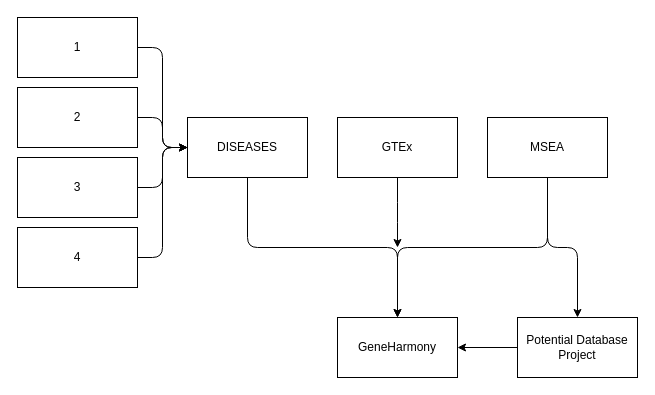
Before: GeneHarmony.drawio in mbeckm01/GeneHarmony, a draw.io diagram. Source tidied: cells renumbered, new cells numbered last; positions are measured from the earlier drawing's top-left corner, leaving out a move shared by most shapes. Both pictures are drawn from the tidied source at 100%, with x=0, y=0 at pixel (17, 17).
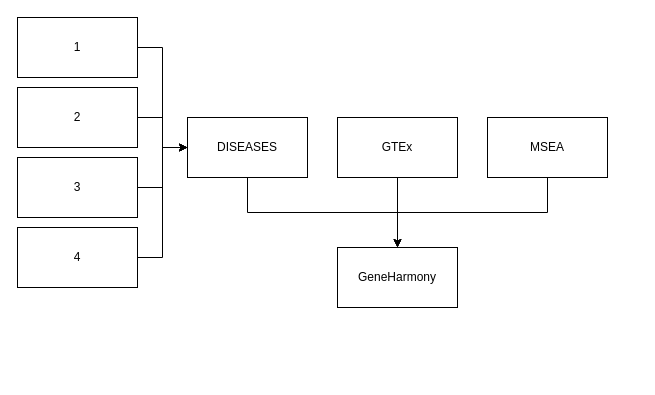
Above is the later version.

Unchanged cells that the change refers to:
```xml
<mxCell id="3" value="DISEASES" style="rounded=0;whiteSpace=wrap;html=1;" parent="1" vertex="1">
  <mxGeometry x="170" y="100" width="120" height="60" as="geometry" />
</mxCell>
<mxCell id="5" value="GTEx" style="rounded=0;whiteSpace=wrap;html=1;" parent="1" vertex="1">
  <mxGeometry x="320" y="100" width="120" height="60" as="geometry" />
</mxCell>
<mxCell id="7" value="1" style="rounded=0;whiteSpace=wrap;html=1;" parent="1" vertex="1">
  <mxGeometry width="120" height="60" as="geometry" />
</mxCell>
<mxCell id="9" value="2" style="rounded=0;whiteSpace=wrap;html=1;" parent="1" vertex="1">
  <mxGeometry y="70" width="120" height="60" as="geometry" />
</mxCell>
<mxCell id="11" value="3" style="rounded=0;whiteSpace=wrap;html=1;" parent="1" vertex="1">
  <mxGeometry y="140" width="120" height="60" as="geometry" />
</mxCell>
<mxCell id="13" value="4" style="rounded=0;whiteSpace=wrap;html=1;" parent="1" vertex="1">
  <mxGeometry y="210" width="120" height="60" as="geometry" />
</mxCell>
<mxCell id="17" value="MSEA" style="rounded=0;whiteSpace=wrap;html=1;" parent="1" vertex="1">
  <mxGeometry x="470" y="100" width="120" height="60" as="geometry" />
</mxCell>
```

Change to the diagram source:
```diff
@@
-    <mxCell id="2" style="edgeStyle=orthogonalEdgeStyle;jettySize=auto;html=1;exitX=0.5;exitY=1;exitDx=0;exitDy=0;entryX=0.5;entryY=0;entryDx=0;entryDy=0;rounded=1;" parent="1" edge="1" source="3" target="14">
+    <mxCell id="2" style="edgeStyle=orthogonalEdgeStyle;rounded=0;jettySize=auto;html=1;exitX=0.5;exitY=1;exitDx=0;exitDy=0;entryX=0.5;entryY=0;entryDx=0;entryDy=0;" parent="1" edge="1" source="3" target="14">
       <mxGeometry relative="1" as="geometry" />
     </mxCell>
@@
-    <mxCell id="4" style="edgeStyle=orthogonalEdgeStyle;jettySize=auto;html=1;exitX=0.5;exitY=1;exitDx=0;exitDy=0;rounded=1;" parent="1" edge="1" source="5">
+    <mxCell id="4" style="edgeStyle=orthogonalEdgeStyle;rounded=0;jettySize=auto;html=1;exitX=0.5;exitY=1;exitDx=0;exitDy=0;" parent="1" edge="1" source="5">
       <mxGeometry relative="1" as="geometry">
         <mxPoint x="380" y="230" as="targetPoint" />
       </mxGeometry>
     </mxCell>
@@
-    <mxCell id="6" style="edgeStyle=orthogonalEdgeStyle;jettySize=auto;html=1;exitX=1;exitY=0.5;exitDx=0;exitDy=0;entryX=0;entryY=0.5;entryDx=0;entryDy=0;rounded=1;" parent="1" edge="1" source="7" target="3">
+    <mxCell id="6" style="edgeStyle=orthogonalEdgeStyle;rounded=0;jettySize=auto;html=1;exitX=1;exitY=0.5;exitDx=0;exitDy=0;entryX=0;entryY=0.5;entryDx=0;entryDy=0;" parent="1" edge="1" source="7" target="3">
       <mxGeometry relative="1" as="geometry" />
     </mxCell>
@@
-    <mxCell id="8" style="edgeStyle=orthogonalEdgeStyle;jettySize=auto;html=1;exitX=1;exitY=0.5;exitDx=0;exitDy=0;entryX=0;entryY=0.5;entryDx=0;entryDy=0;rounded=1;" parent="1" edge="1" source="9" target="3">
+    <mxCell id="8" style="edgeStyle=orthogonalEdgeStyle;rounded=0;jettySize=auto;html=1;exitX=1;exitY=0.5;exitDx=0;exitDy=0;entryX=0;entryY=0.5;entryDx=0;entryDy=0;" parent="1" edge="1" source="9" target="3">
       <mxGeometry relative="1" as="geometry" />
     </mxCell>
@@
-    <mxCell id="10" style="edgeStyle=orthogonalEdgeStyle;jettySize=auto;html=1;exitX=1;exitY=0.5;exitDx=0;exitDy=0;entryX=0;entryY=0.5;entryDx=0;entryDy=0;rounded=1;" parent="1" edge="1" source="11" target="3">
+    <mxCell id="10" style="edgeStyle=orthogonalEdgeStyle;rounded=0;jettySize=auto;html=1;exitX=1;exitY=0.5;exitDx=0;exitDy=0;entryX=0;entryY=0.5;entryDx=0;entryDy=0;" parent="1" edge="1" source="11" target="3">
       <mxGeometry relative="1" as="geometry" />
     </mxCell>
@@
-    <mxCell id="12" style="edgeStyle=orthogonalEdgeStyle;jettySize=auto;html=1;exitX=1;exitY=0.5;exitDx=0;exitDy=0;entryX=0;entryY=0.5;entryDx=0;entryDy=0;rounded=1;" parent="1" edge="1" source="13" target="3">
+    <mxCell id="12" style="edgeStyle=orthogonalEdgeStyle;rounded=0;jettySize=auto;html=1;exitX=1;exitY=0.5;exitDx=0;exitDy=0;entryX=0;entryY=0.5;entryDx=0;entryDy=0;" parent="1" edge="1" source="13" target="3">
       <mxGeometry relative="1" as="geometry" />
     </mxCell>
@@
     <mxCell id="14" value="GeneHarmony" style="rounded=0;whiteSpace=wrap;html=1;" parent="1" vertex="1">
-      <mxGeometry x="320" y="300" width="120" height="60" as="geometry" />
+      <mxGeometry x="320" y="230" width="120" height="60" as="geometry" />
     </mxCell>
-    <mxCell id="15" style="edgeStyle=orthogonalEdgeStyle;jettySize=auto;html=1;exitX=0.5;exitY=1;exitDx=0;exitDy=0;entryX=0.5;entryY=0;entryDx=0;entryDy=0;rounded=1;" parent="1" edge="1" source="17" target="14">
+    <mxCell id="15" style="edgeStyle=orthogonalEdgeStyle;rounded=0;jettySize=auto;html=1;exitX=0.5;exitY=1;exitDx=0;exitDy=0;entryX=0.5;entryY=0;entryDx=0;entryDy=0;" parent="1" edge="1" source="17" target="14">
       <mxGeometry relative="1" as="geometry" />
     </mxCell>
-    <mxCell id="16" style="edgeStyle=orthogonalEdgeStyle;rounded=1;jettySize=auto;html=1;exitX=0.5;exitY=1;exitDx=0;exitDy=0;entryX=0.5;entryY=0;entryDx=0;entryDy=0;" parent="1" edge="1" source="17" target="19">
-      <mxGeometry relative="1" as="geometry" />
-    </mxCell>
@@
-    <mxCell id="18" style="edgeStyle=orthogonalEdgeStyle;rounded=1;jettySize=auto;html=1;exitX=0;exitY=0.5;exitDx=0;exitDy=0;entryX=1;entryY=0.5;entryDx=0;entryDy=0;" parent="1" edge="1" source="19" target="14">
-      <mxGeometry relative="1" as="geometry" />
-    </mxCell>
-    <mxCell id="19" value="Potential Database Project" style="rounded=0;whiteSpace=wrap;html=1;" parent="1" vertex="1">
-      <mxGeometry x="500" y="300" width="120" height="60" as="geometry" />
-    </mxCell>
```
